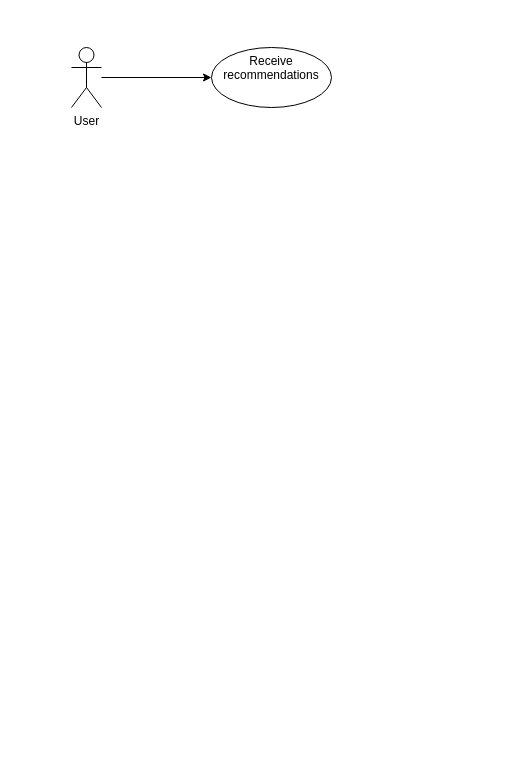
Earlier version of the draw.io diagram docs/Mom Recommends - Use Cases.drawio (davidsantana1103/mom-recommends). Source tidied: cells renumbered, new cells numbered last; positions are measured from the earlier drawing's top-left corner, leaving out a move shared by most shapes. Both pictures are drawn from the tidied source at 100%, with x=0, y=0 at pixel (71, 47).
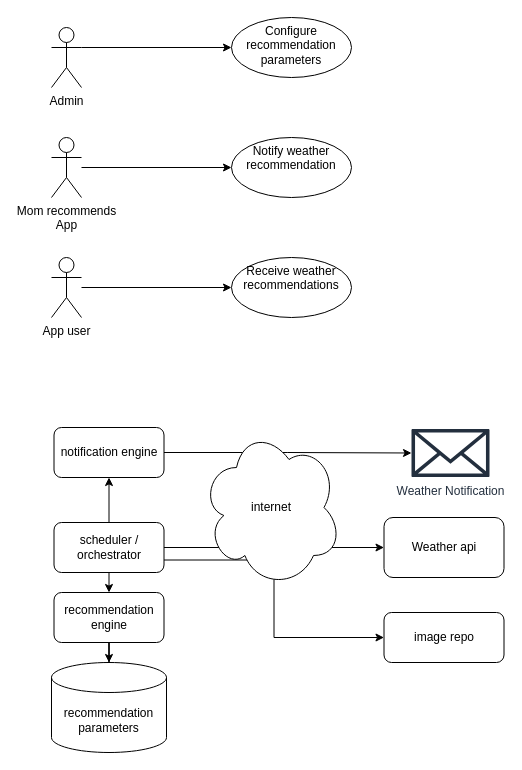
Above is the later version.

The edit, as a diff of the source:
```diff
@@
+    <mxCell id="5" style="edgeStyle=orthogonalEdgeStyle;rounded=0;jettySize=auto;html=1;exitX=1;exitY=0.5;exitDx=0;exitDy=0;" parent="1" edge="1" source="23" target="24">
+      <mxGeometry relative="1" as="geometry" />
+    </mxCell>
-    <mxCell id="2" style="edgeStyle=orthogonalEdgeStyle;rounded=0;jettySize=auto;html=1;" parent="1" edge="1" source="3" target="4">
+    <mxCell id="2" style="edgeStyle=orthogonalEdgeStyle;rounded=0;jettySize=auto;html=1;exitX=1;exitY=0.3333333333333333;exitDx=0;exitDy=0;exitPerimeter=0;entryX=0;entryY=0.5;entryDx=0;entryDy=0;" parent="1" edge="1" source="3" target="4">
       <mxGeometry relative="1" as="geometry" />
     </mxCell>
-    <mxCell id="3" value="User" style="shape=umlActor;verticalLabelPosition=bottom;verticalAlign=top;html=1;outlineConnect=0;" parent="1" vertex="1">
-      <mxGeometry width="30" height="60" as="geometry" />
+    <mxCell id="3" value="Admin" style="shape=umlActor;verticalLabelPosition=bottom;verticalAlign=top;html=1;outlineConnect=0;" parent="1" vertex="1">
+      <mxGeometry x="-20" y="-20" width="30" height="60" as="geometry" />
     </mxCell>
-    <mxCell id="4" value="Receive recommendations" style="ellipse;whiteSpace=wrap;html=1;verticalAlign=top;" parent="1" vertex="1">
-      <mxGeometry x="140" width="120" height="60" as="geometry" />
+    <mxCell id="4" value="Configure&lt;br&gt;recommendation parameters" style="ellipse;whiteSpace=wrap;html=1;verticalAlign=top;" parent="1" vertex="1">
+      <mxGeometry x="160" y="-30" width="120" height="60" as="geometry" />
     </mxCell>
+    <mxCell id="6" style="edgeStyle=orthogonalEdgeStyle;rounded=0;jettySize=auto;html=1;exitX=1;exitY=0.5;exitDx=0;exitDy=0;" parent="1" edge="1" source="10" target="11">
+      <mxGeometry relative="1" as="geometry" />
+    </mxCell>
+    <mxCell id="7" style="edgeStyle=orthogonalEdgeStyle;rounded=0;jettySize=auto;html=1;exitX=0.5;exitY=1;exitDx=0;exitDy=0;entryX=0.5;entryY=0;entryDx=0;entryDy=0;" parent="1" edge="1" source="10" target="14">
+      <mxGeometry relative="1" as="geometry" />
+    </mxCell>
+    <mxCell id="8" style="edgeStyle=orthogonalEdgeStyle;rounded=0;jettySize=auto;html=1;exitX=1;exitY=0.75;exitDx=0;exitDy=0;entryX=0;entryY=0.5;entryDx=0;entryDy=0;" parent="1" edge="1" source="10" target="15">
+      <mxGeometry relative="1" as="geometry" />
+    </mxCell>
+    <mxCell id="9" style="edgeStyle=orthogonalEdgeStyle;rounded=0;jettySize=auto;html=1;exitX=0.5;exitY=0;exitDx=0;exitDy=0;entryX=0.5;entryY=1;entryDx=0;entryDy=0;" parent="1" edge="1" source="10" target="23">
+      <mxGeometry relative="1" as="geometry" />
+    </mxCell>
+    <mxCell id="10" value="scheduler / orchestrator" style="rounded=1;whiteSpace=wrap;html=1;" parent="1" vertex="1">
+      <mxGeometry x="-17.5" y="475" width="110" height="50" as="geometry" />
+    </mxCell>
+    <mxCell id="11" value="Weather api" style="rounded=1;whiteSpace=wrap;html=1;" parent="1" vertex="1">
+      <mxGeometry x="312.5" y="470" width="120" height="60" as="geometry" />
+    </mxCell>
+    <mxCell id="12" value="internet" style="ellipse;shape=cloud;whiteSpace=wrap;html=1;" parent="1" vertex="1">
+      <mxGeometry x="130" y="380" width="140" height="160" as="geometry" />
+    </mxCell>
+    <mxCell id="13" style="edgeStyle=orthogonalEdgeStyle;rounded=0;jettySize=auto;html=1;" parent="1" edge="1" source="14" target="16">
+      <mxGeometry relative="1" as="geometry" />
+    </mxCell>
+    <mxCell id="14" value="recommendation engine" style="rounded=1;whiteSpace=wrap;html=1;" parent="1" vertex="1">
+      <mxGeometry x="-17.5" y="545" width="110" height="50" as="geometry" />
+    </mxCell>
+    <mxCell id="15" value="image repo" style="rounded=1;whiteSpace=wrap;html=1;" parent="1" vertex="1">
+      <mxGeometry x="312.5" y="565" width="120" height="50" as="geometry" />
+    </mxCell>
+    <mxCell id="16" value="recommendation parameters" style="shape=cylinder3;whiteSpace=wrap;html=1;boundedLbl=1;backgroundOutline=1;size=15;" parent="1" vertex="1">
+      <mxGeometry x="-20" y="615" width="115" height="90" as="geometry" />
+    </mxCell>
+    <mxCell id="17" style="edgeStyle=orthogonalEdgeStyle;rounded=0;jettySize=auto;html=1;" parent="1" edge="1" source="18" target="19">
+      <mxGeometry relative="1" as="geometry" />
+    </mxCell>
+    <mxCell id="18" value="Mom recommends&lt;br&gt;App" style="shape=umlActor;verticalLabelPosition=bottom;verticalAlign=top;html=1;outlineConnect=0;" parent="1" vertex="1">
+      <mxGeometry x="-20" y="90" width="30" height="60" as="geometry" />
+    </mxCell>
+    <mxCell id="19" value="Notify weather recommendation" style="ellipse;whiteSpace=wrap;html=1;verticalAlign=top;" parent="1" vertex="1">
+      <mxGeometry x="160" y="90" width="120" height="60" as="geometry" />
+    </mxCell>
+    <mxCell id="20" style="edgeStyle=orthogonalEdgeStyle;rounded=0;jettySize=auto;html=1;" parent="1" edge="1" source="21" target="22">
+      <mxGeometry relative="1" as="geometry" />
+    </mxCell>
+    <mxCell id="21" value="App user" style="shape=umlActor;verticalLabelPosition=bottom;verticalAlign=top;html=1;outlineConnect=0;" parent="1" vertex="1">
+      <mxGeometry x="-20" y="210" width="30" height="60" as="geometry" />
+    </mxCell>
+    <mxCell id="22" value="Receive weather recommendations" style="ellipse;whiteSpace=wrap;html=1;verticalAlign=top;" parent="1" vertex="1">
+      <mxGeometry x="160" y="210" width="120" height="60" as="geometry" />
+    </mxCell>
+    <mxCell id="23" value="notification engine" style="rounded=1;whiteSpace=wrap;html=1;" parent="1" vertex="1">
+      <mxGeometry x="-17.5" y="380" width="110" height="50" as="geometry" />
+    </mxCell>
+    <mxCell id="24" value="Weather Notification" style="sketch=0;outlineConnect=0;fontColor=#232F3E;gradientColor=none;fillColor=#232F3E;strokeColor=none;dashed=0;verticalLabelPosition=bottom;verticalAlign=top;align=center;html=1;fontSize=12;fontStyle=0;shape=mxgraph.aws4.email_2;" parent="1" vertex="1">
+      <mxGeometry x="340" y="381" width="78" height="49" as="geometry" />
+    </mxCell>
```
